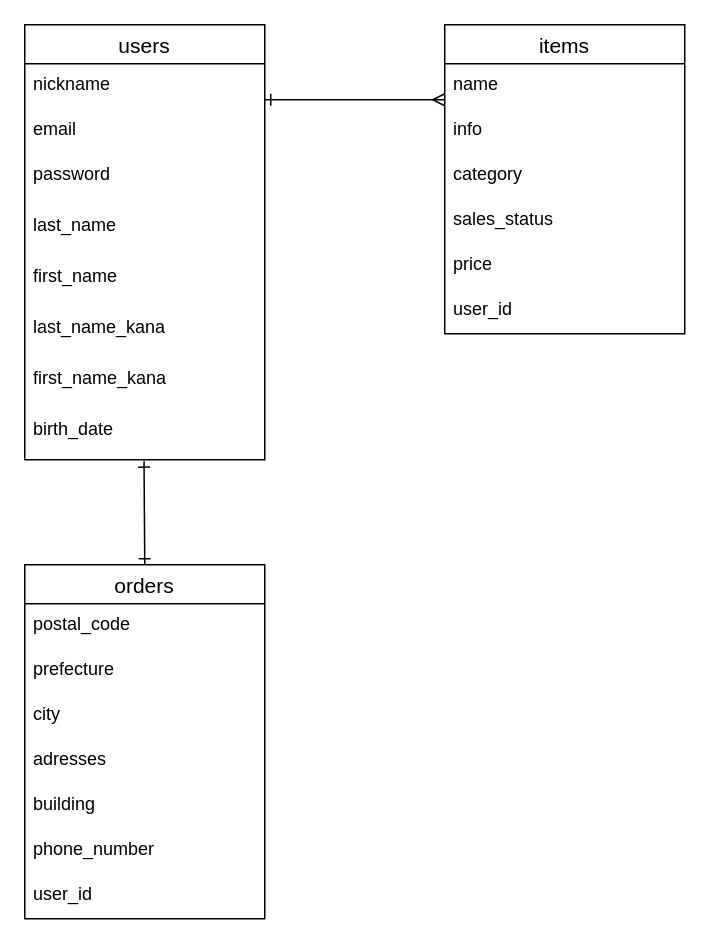
Earlier version of the draw.io diagram furima-37817.dio (kazami1066/furima-37817). Source tidied: cells renumbered, new cells numbered last; positions are measured from the earlier drawing's top-left corner, leaving out a move shared by most shapes. Both pictures are drawn from the tidied source at 150%, with x=0, y=0 at pixel (24, 24).
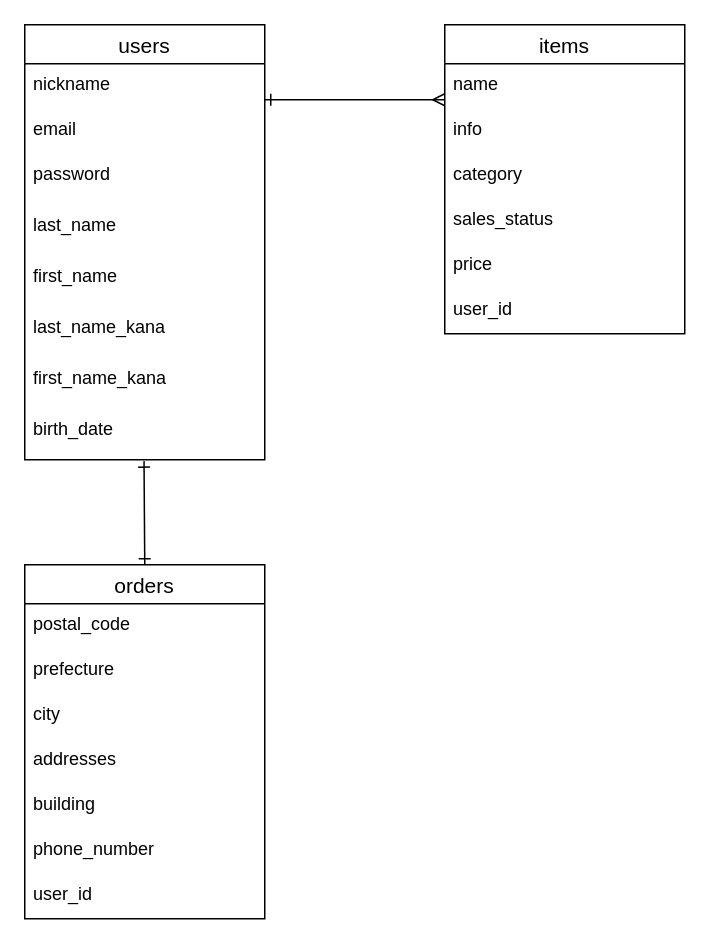
The same page after the edit.

Commit message:
ER図の作成（再々編集）

Unchanged cells that the change refers to:
```xml
<mxCell id="18" value="orders" style="swimlane;fontStyle=0;horizontal=1;startSize=26;align=center;fontSize=14;" parent="1" vertex="1">
  <mxGeometry y="360" width="160" height="236" as="geometry" />
</mxCell>
```

Change to the diagram source:
```diff
@@
-    <mxCell id="22" value="adresses" style="text;strokeColor=none;fillColor=none;spacingLeft=4;spacingRight=4;overflow=hidden;fontSize=12;" parent="18" vertex="1">
+    <mxCell id="22" value="addresses" style="text;strokeColor=none;fillColor=none;spacingLeft=4;spacingRight=4;overflow=hidden;fontSize=12;" parent="18" vertex="1">
       <mxGeometry y="116" width="160" height="30" as="geometry" />
     </mxCell>
```
